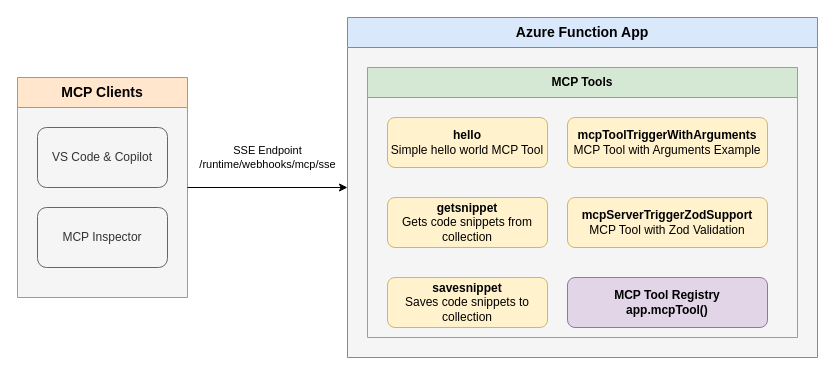
This is architecture-diagram.drawio from paulyuk/remote-mcp-functions-dotnet, a draw.io file, before an edit. Source tidied: cells renumbered, new cells numbered last; positions are measured from the earlier drawing's top-left corner, leaving out a move shared by most shapes. Both pictures are drawn from the tidied source at 100%, with x=0, y=0 at pixel (17, 17).
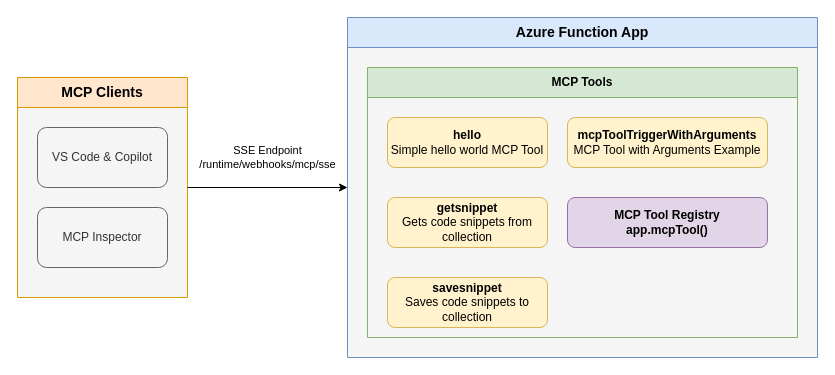
Above is the later version.

Commit message (it also covers changes not shown here):
Removing Zod from diagram

Diff of the diagram source:
```diff
@@
 <mxGraphModel>
   <root>
     <mxCell id="0" />
     <mxCell id="1" parent="0" />
     <mxCell id="2" value="Azure Function App" style="swimlane;whiteSpace=wrap;html=1;fillColor=#dae8fc;strokeColor=#6c8ebf;startSize=30;fontSize=14;fontStyle=1;swimlaneFillColor=#f5f5f5;" parent="1" vertex="1">
       <mxGeometry x="330" width="470" height="340" as="geometry" />
     </mxCell>
     <mxCell id="3" value="MCP Tools" style="swimlane;whiteSpace=wrap;html=1;fillColor=#d5e8d4;strokeColor=#82b366;startSize=30;" parent="2" vertex="1">
       <mxGeometry x="20" y="50" width="430" height="270" as="geometry" />
     </mxCell>
     <mxCell id="4" value="&lt;b&gt;hello&lt;/b&gt;&lt;br&gt;Simple hello world MCP Tool" style="rounded=1;whiteSpace=wrap;html=1;fillColor=#fff2cc;strokeColor=#d6b656;" parent="3" vertex="1">
       <mxGeometry x="20" y="50" width="160" height="50" as="geometry" />
     </mxCell>
     <mxCell id="5" value="&lt;b&gt;getsnippet&lt;/b&gt;&lt;br&gt;Gets code snippets from collection" style="rounded=1;whiteSpace=wrap;html=1;fillColor=#fff2cc;strokeColor=#d6b656;" parent="3" vertex="1">
       <mxGeometry x="20" y="130" width="160" height="50" as="geometry" />
     </mxCell>
     <mxCell id="6" value="&lt;b&gt;savesnippet&lt;/b&gt;&lt;br&gt;Saves code snippets to collection" style="rounded=1;whiteSpace=wrap;html=1;fillColor=#fff2cc;strokeColor=#d6b656;" parent="3" vertex="1">
       <mxGeometry x="20" y="210" width="160" height="50" as="geometry" />
     </mxCell>
     <mxCell id="7" value="&lt;b&gt;mcpToolTriggerWithArguments&lt;/b&gt;&lt;br&gt;MCP Tool with Arguments Example" style="rounded=1;whiteSpace=wrap;html=1;fillColor=#fff2cc;strokeColor=#d6b656;" parent="3" vertex="1">
       <mxGeometry x="200" y="50" width="200" height="50" as="geometry" />
     </mxCell>
-    <mxCell id="8" value="&lt;b&gt;mcpServerTriggerZodSupport&lt;/b&gt;&lt;br&gt;MCP Tool with Zod Validation" style="rounded=1;whiteSpace=wrap;html=1;fillColor=#fff2cc;strokeColor=#d6b656;" parent="3" vertex="1">
-      <mxGeometry x="200" y="130" width="200" height="50" as="geometry" />
-    </mxCell>
     <mxCell id="9" value="MCP Tool Registry&#10;app.mcpTool()" style="rounded=1;whiteSpace=wrap;html=1;fillColor=#e1d5e7;strokeColor=#9673a6;fontStyle=1;" parent="3" vertex="1">
-      <mxGeometry x="200" y="210" width="200" height="50" as="geometry" />
+      <mxGeometry x="200" y="130" width="200" height="50" as="geometry" />
     </mxCell>
     <mxCell id="10" value="MCP Clients" style="swimlane;whiteSpace=wrap;html=1;fillColor=#ffe6cc;strokeColor=#d79b00;startSize=30;fontSize=14;fontStyle=1;swimlaneFillColor=#F5F5F5;" parent="1" vertex="1">
       <mxGeometry y="60" width="170" height="220" as="geometry" />
     </mxCell>
     <mxCell id="11" value="VS Code &amp; Copilot" style="rounded=1;whiteSpace=wrap;html=1;fillColor=#f5f5f5;strokeColor=#666666;fontColor=#333333;" parent="10" vertex="1">
       <mxGeometry x="20" y="50" width="130" height="60" as="geometry" />
     </mxCell>
     <mxCell id="12" value="MCP Inspector" style="rounded=1;whiteSpace=wrap;html=1;fillColor=#f5f5f5;strokeColor=#666666;fontColor=#333333;" parent="10" vertex="1">
       <mxGeometry x="20" y="130" width="130" height="60" as="geometry" />
     </mxCell>
     <mxCell id="13" value="SSE Endpoint&lt;br&gt;/runtime/webhooks/mcp/sse" style="endArrow=classic;html=1;rounded=0;fontSize=11;exitX=1;exitY=0.5;exitDx=0;exitDy=0;entryX=0;entryY=0.5;entryDx=0;entryDy=0;" parent="1" edge="1" source="10" target="2">
       <mxGeometry y="30" relative="1" as="geometry" />
     </mxCell>
   </root>
 </mxGraphModel>
```
